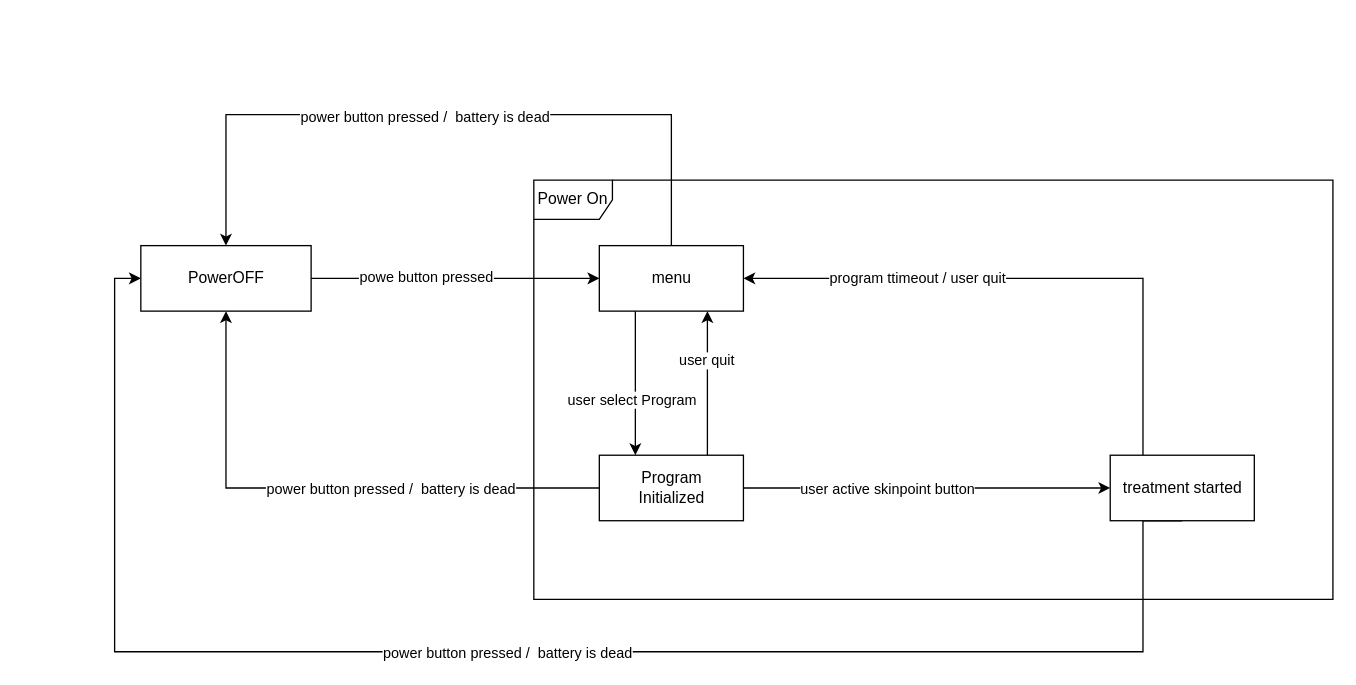
moxxxx/MCT-simulator keeps this draw.io diagram as uml/State Diagram.drawio. Above is the earlier version. Source tidied: cells renumbered, new cells numbered last; positions are measured from the earlier drawing's top-left corner, leaving out a move shared by most shapes. Both pictures are drawn from the tidied source at 131%, with x=0, y=0 at pixel (114, 114).
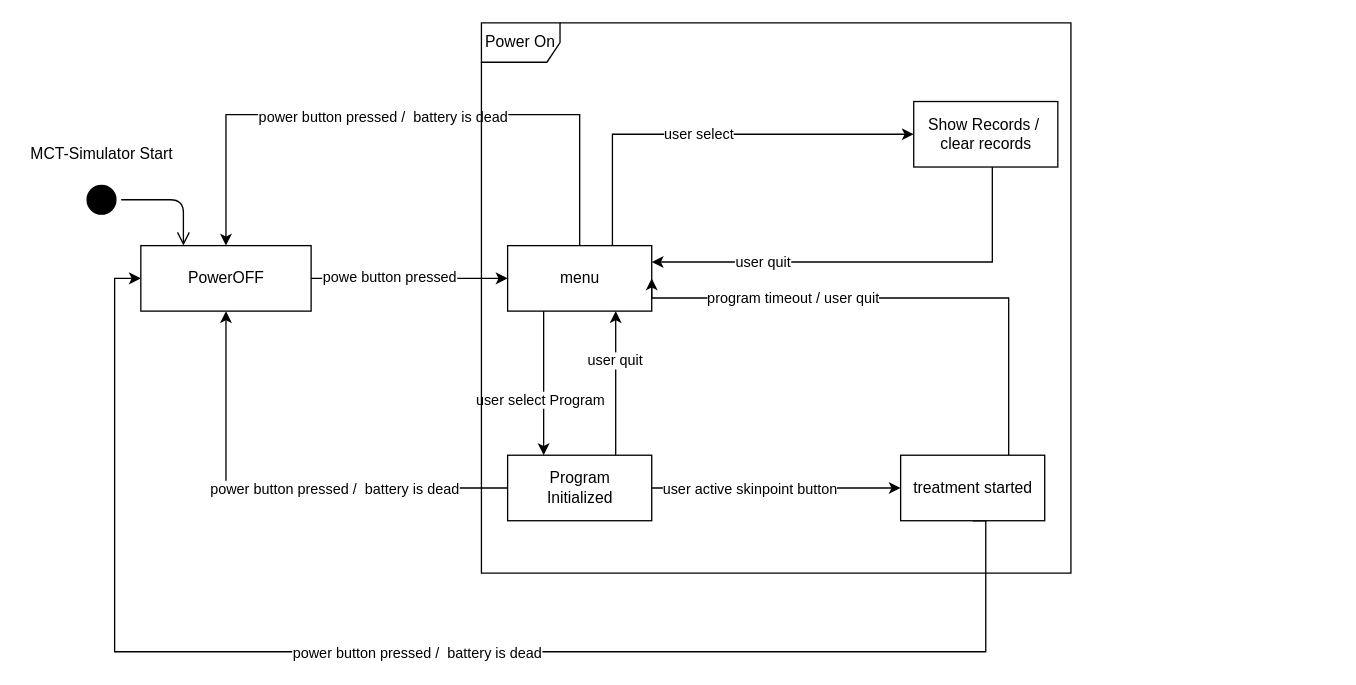
The same diagram, later.

The change refers to these unchanged cells:
```xml
<mxCell id="4" value="PowerOFF" style="html=1;" parent="1" vertex="1">
  <mxGeometry x="20" y="100" width="130" height="50" as="geometry" />
</mxCell>
```

Change to the diagram source:
```diff
@@
     <mxCell id="7" style="edgeStyle=orthogonalEdgeStyle;rounded=0;jettySize=auto;html=1;entryX=0.5;entryY=0;entryDx=0;entryDy=0;fontFamily=Helvetica;" parent="1" edge="1" source="9" target="4">
       <mxGeometry relative="1" as="geometry">
         <Array as="points">
-          <mxPoint x="425" />
+          <mxPoint x="355" />
           <mxPoint x="85" />
         </Array>
       </mxGeometry>
     </mxCell>
@@
+    <mxCell id="23" style="edgeStyle=orthogonalEdgeStyle;rounded=0;jettySize=auto;html=1;entryX=0;entryY=0.5;entryDx=0;entryDy=0;strokeColor=#050000;" parent="1" edge="1" source="9" target="30">
+      <mxGeometry relative="1" as="geometry">
+        <Array as="points">
+          <mxPoint x="380" y="15" />
+        </Array>
+      </mxGeometry>
+    </mxCell>
+    <mxCell id="24" value="user select" style="edgeLabel;html=1;align=center;verticalAlign=middle;" parent="23" vertex="1">
+      <mxGeometry x="-0.05" y="1" relative="1" as="geometry" />
+    </mxCell>
     <mxCell id="9" value="menu" style="html=1;" parent="1" vertex="1">
-      <mxGeometry x="370" y="100" width="110" height="50" as="geometry" />
+      <mxGeometry x="300" y="100" width="110" height="50" as="geometry" />
     </mxCell>
@@
     <mxCell id="16" value="Program &lt;br&gt;Initialized" style="html=1;" parent="1" vertex="1">
-      <mxGeometry x="370" y="260" width="110" height="50" as="geometry" />
+      <mxGeometry x="300" y="260" width="110" height="50" as="geometry" />
     </mxCell>
-    <mxCell id="17" style="edgeStyle=orthogonalEdgeStyle;rounded=0;jettySize=auto;html=1;entryX=1;entryY=0.5;entryDx=0;entryDy=0;fontFamily=Helvetica;" parent="1" edge="1" source="21" target="9">
+    <mxCell id="17" style="edgeStyle=orthogonalEdgeStyle;rounded=0;jettySize=auto;html=1;entryX=1;entryY=0.5;entryDx=0;entryDy=0;fontFamily=Helvetica;exitX=0.75;exitY=0;exitDx=0;exitDy=0;" parent="1" edge="1" source="21" target="9">
       <mxGeometry relative="1" as="geometry">
         <Array as="points">
-          <mxPoint x="785" y="125" />
+          <mxPoint x="683" y="140" />
+          <mxPoint x="410" y="140" />
         </Array>
       </mxGeometry>
     </mxCell>
-    <mxCell id="18" value="program ttimeout / user quit" style="edgeLabel;html=1;align=center;verticalAlign=middle;fontFamily=Helvetica;" parent="17" vertex="1">
+    <mxCell id="18" value="program timeout / user quit" style="edgeLabel;html=1;align=center;verticalAlign=middle;fontFamily=Helvetica;" parent="17" vertex="1">
       <mxGeometry x="0.4" y="-1" relative="1" as="geometry" />
     </mxCell>
     <mxCell id="19" style="edgeStyle=orthogonalEdgeStyle;rounded=0;jettySize=auto;html=1;exitX=0.5;exitY=1;exitDx=0;exitDy=0;entryX=0;entryY=0.5;entryDx=0;entryDy=0;fontFamily=Helvetica;" parent="1" edge="1" source="21" target="4">
       <mxGeometry relative="1" as="geometry">
         <Array as="points">
-          <mxPoint x="785" y="410" />
+          <mxPoint x="665" y="410" />
           <mxPoint y="410" />
           <mxPoint y="125" />
         </Array>
       </mxGeometry>
     </mxCell>
@@
     <mxCell id="21" value="treatment started" style="html=1;fontFamily=Helvetica;" parent="1" vertex="1">
-      <mxGeometry x="760" y="260" width="110" height="50" as="geometry" />
+      <mxGeometry x="600" y="260" width="110" height="50" as="geometry" />
     </mxCell>
     <mxCell id="22" value="Power On" style="shape=umlFrame;whiteSpace=wrap;html=1;fontFamily=Helvetica;" parent="1" vertex="1">
-      <mxGeometry x="320" y="50" width="610" height="320" as="geometry" />
+      <mxGeometry x="280" y="-70" width="450" height="420" as="geometry" />
     </mxCell>
+    <mxCell id="25" style="ellipse;html=1;shape=startState;fillColor=#000000;strokeColor=#030000;" parent="1" vertex="1">
+      <mxGeometry x="-25" y="50" width="30" height="30" as="geometry" />
+    </mxCell>
+    <mxCell id="26" style="edgeStyle=orthogonalEdgeStyle;html=1;verticalAlign=bottom;endArrow=open;endSize=8;entryX=0.25;entryY=0;entryDx=0;entryDy=0;strokeColor=#050000;" parent="1" edge="1" source="25" target="4">
+      <mxGeometry relative="1" as="geometry" />
+    </mxCell>
+    <mxCell id="27" value="MCT-Simulator Start" style="text;html=1;align=center;verticalAlign=middle;strokeColor=none;" parent="1" vertex="1">
+      <mxGeometry x="-70" y="20" width="120" height="20" as="geometry" />
+    </mxCell>
+    <mxCell id="28" style="edgeStyle=orthogonalEdgeStyle;rounded=0;jettySize=auto;html=1;entryX=1;entryY=0.25;entryDx=0;entryDy=0;strokeColor=#050000;" parent="1" edge="1" source="30" target="9">
+      <mxGeometry relative="1" as="geometry">
+        <Array as="points">
+          <mxPoint x="670" y="113" />
+        </Array>
+      </mxGeometry>
+    </mxCell>
+    <mxCell id="29" value="user quit" style="edgeLabel;html=1;align=center;verticalAlign=middle;" parent="28" vertex="1">
+      <mxGeometry x="0.5" relative="1" as="geometry">
+        <mxPoint x="1" as="offset" />
+      </mxGeometry>
+    </mxCell>
+    <mxCell id="30" value="Show Records /&amp;nbsp;&lt;br&gt;clear records" style="html=1;strokeColor=#030000;" parent="1" vertex="1">
+      <mxGeometry x="610" y="-10" width="110" height="50" as="geometry" />
+    </mxCell>
```
